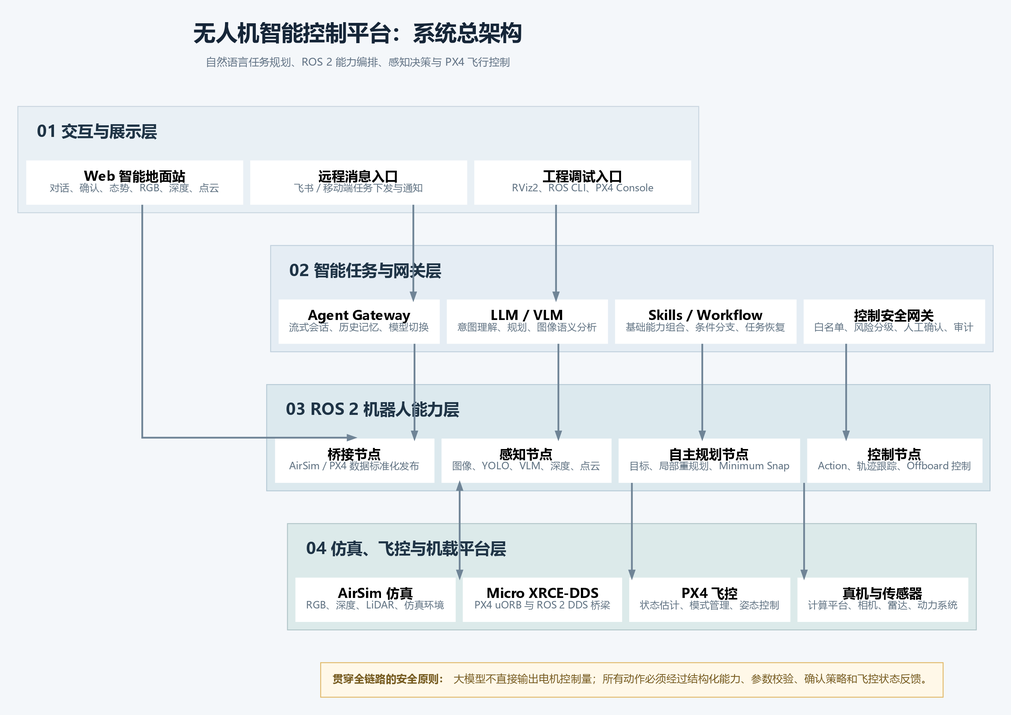
Waves-Lee-X/airsim_llm_ground keeps this Graphviz diagram as doc/架构图/01-系统总架构.png. Above is the earlier version. Its source is kept beside it as doc/架构图/01-系统总架构.dot.
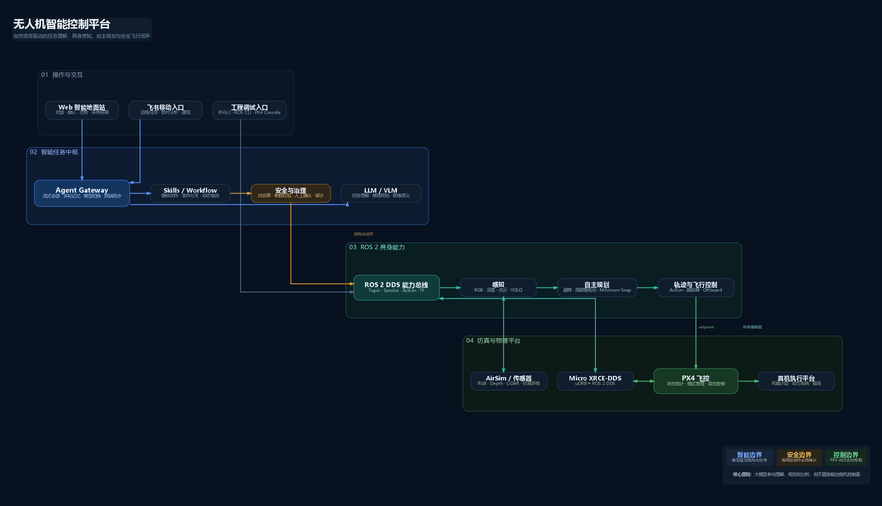
The same file after the commit.

Change to the diagram source:
```diff
@@ -1,86 +1,125 @@
 digraph SystemArchitecture {
   graph [
     rankdir=TB,
-    bgcolor="#F4F7FA",
-    pad="0.28",
-    nodesep="0.35",
-    ranksep="0.52",
+    bgcolor="#08111F",
+    pad="0.38",
+    nodesep="0.34",
+    ranksep="0.78",
     splines=ortho,
-    fontname="Microsoft YaHei"
+    fontname="Microsoft YaHei",
+    size="13.333,7.5!",
+    ratio="fill",
+    dpi=180
   ];
-  node [fontname="Microsoft YaHei"];
-  edge [color="#6F8496", penwidth=2.0, arrowsize=0.8];
+  node [
+    shape=rect,
+    style="rounded,filled",
+    fontname="Microsoft YaHei",
+    fontcolor="#EAF2FF",
+    color="#263B55",
+    fillcolor="#101D2D",
+    penwidth=1.2,
+    margin="0.18,0.12"
+  ];
+  edge [fontname="Microsoft YaHei", color="#4F6A86", penwidth=2.0, arrowsize=0.75];
 
-  title [shape=plain, label=<
-    <TABLE BORDER="0" CELLBORDER="0" CELLPADDING="4">
-      <TR><TD><FONT POINT-SIZE="25" COLOR="#162638"><B>无人机智能控制平台：系统总架构</B></FONT></TD></TR>
-      <TR><TD><FONT POINT-SIZE="12" COLOR="#637486">自然语言任务规划、ROS 2 能力编排、感知决策与 PX4 飞行控制</FONT></TD></TR>
-    </TABLE>
-  >];
+  title [shape=plain, label=<<TABLE BORDER="0" CELLBORDER="0" CELLPADDING="2">
+    <TR><TD ALIGN="LEFT"><FONT POINT-SIZE="25" COLOR="#F4F8FF"><B>无人机智能控制平台</B></FONT></TD></TR>
+    <TR><TD ALIGN="LEFT"><FONT POINT-SIZE="11" COLOR="#7F93AD">自然语言驱动的任务理解、具身感知、自主规划与安全飞行闭环</FONT></TD></TR>
+  </TABLE>>];
 
-  interaction [shape=plain, label=<
-    <TABLE BORDER="1" COLOR="#C8D5DF" CELLBORDER="0" CELLSPACING="8" CELLPADDING="12" BGCOLOR="#E9F0F5">
-      <TR><TD COLSPAN="3" ALIGN="LEFT"><FONT POINT-SIZE="18" COLOR="#1F3446"><B>01 交互与展示层</B></FONT></TD></TR>
-      <TR>
-        <TD PORT="web" WIDTH="245" BGCOLOR="#FFFFFF"><FONT POINT-SIZE="15"><B>Web 智能地面站</B></FONT><BR/><FONT POINT-SIZE="11" COLOR="#617383">对话、确认、态势、RGB、深度、点云</FONT></TD>
-        <TD PORT="remote" WIDTH="245" BGCOLOR="#FFFFFF"><FONT POINT-SIZE="15"><B>远程消息入口</B></FONT><BR/><FONT POINT-SIZE="11" COLOR="#617383">飞书 / 移动端任务下发与通知</FONT></TD>
-        <TD PORT="engineering" WIDTH="245" BGCOLOR="#FFFFFF"><FONT POINT-SIZE="15"><B>工程调试入口</B></FONT><BR/><FONT POINT-SIZE="11" COLOR="#617383">RViz2、ROS CLI、PX4 Console</FONT></TD>
-      </TR>
-    </TABLE>
-  >];
+  subgraph cluster_access {
+    label="01  操作与交互";
+    labelloc=t;
+    labeljust=l;
+    fontsize=14;
+    fontcolor="#8FA6C1";
+    color="#1A2A3E";
+    fillcolor="#0B1625";
+    style="rounded,filled";
+    margin=18;
+    web [label=<<B>Web 智能地面站</B><BR/><FONT POINT-SIZE="10" COLOR="#8FA6C1">对话 · 确认 · 态势 · 多传感器</FONT>>, width=2.35];
+    feishu [label=<<B>飞书移动入口</B><BR/><FONT POINT-SIZE="10" COLOR="#8FA6C1">远程任务 · 图片分析 · 通知</FONT>>, width=2.35];
+    tools [label=<<B>工程调试入口</B><BR/><FONT POINT-SIZE="10" COLOR="#8FA6C1">RViz2 · ROS CLI · PX4 Console</FONT>>, width=2.35];
+    {rank=same; web; feishu; tools;}
+  }
 
-  intelligence [shape=plain, label=<
-    <TABLE BORDER="1" COLOR="#BFCFDC" CELLBORDER="0" CELLSPACING="8" CELLPADDING="12" BGCOLOR="#E5EDF4">
-      <TR><TD COLSPAN="4" ALIGN="LEFT"><FONT POINT-SIZE="18" COLOR="#1F3446"><B>02 智能任务与网关层</B></FONT></TD></TR>
-      <TR>
-        <TD PORT="gateway" WIDTH="180" BGCOLOR="#FFFFFF"><FONT POINT-SIZE="15"><B>Agent Gateway</B></FONT><BR/><FONT POINT-SIZE="11" COLOR="#617383">流式会话、历史记忆、模型切换</FONT></TD>
-        <TD PORT="models" WIDTH="180" BGCOLOR="#FFFFFF"><FONT POINT-SIZE="15"><B>LLM / VLM</B></FONT><BR/><FONT POINT-SIZE="11" COLOR="#617383">意图理解、规划、图像语义分析</FONT></TD>
-        <TD PORT="skills" WIDTH="180" BGCOLOR="#FFFFFF"><FONT POINT-SIZE="15"><B>Skills / Workflow</B></FONT><BR/><FONT POINT-SIZE="11" COLOR="#617383">基础能力组合、条件分支、任务恢复</FONT></TD>
-        <TD PORT="safety" WIDTH="180" BGCOLOR="#FFFFFF"><FONT POINT-SIZE="15"><B>控制安全网关</B></FONT><BR/><FONT POINT-SIZE="11" COLOR="#617383">白名单、风险分级、人工确认、审计</FONT></TD>
-      </TR>
-    </TABLE>
-  >];
+  subgraph cluster_brain {
+    label="02  智能任务中枢";
+    labelloc=t;
+    labeljust=l;
+    fontsize=14;
+    fontcolor="#9DBBFF";
+    color="#284D8A";
+    fillcolor="#0D1B31";
+    style="rounded,filled";
+    penwidth=1.5;
+    margin=18;
+    gateway [label=<<FONT POINT-SIZE="16"><B>Agent Gateway</B></FONT><BR/><FONT POINT-SIZE="10" COLOR="#AFC5E8">流式会话 · 多轮记忆 · 模型切换 · 跨端同步</FONT>>, fillcolor="#153561", color="#3C77D8", width=3.05, height=0.85];
+    models [label=<<B>LLM / VLM</B><BR/><FONT POINT-SIZE="10" COLOR="#92A8C4">任务理解 · 推理规划 · 图像语义</FONT>>, width=2.55];
+    skills [label=<<B>Skills / Workflow</B><BR/><FONT POINT-SIZE="10" COLOR="#92A8C4">基础动作 · 条件分支 · 动态组合</FONT>>, width=2.55];
+    safety [label=<<B>安全与治理</B><BR/><FONT POINT-SIZE="10" COLOR="#D8BA78">白名单 · 参数校验 · 人工确认 · 审计</FONT>>, fillcolor="#302719", color="#8C6A2F", width=2.55];
+    {rank=same; gateway; models; skills; safety;}
+    gateway -> models [color="#598EF0"];
+    gateway -> skills [color="#598EF0"];
+    skills -> safety [color="#D29A3A"];
+  }
 
-  ros [shape=plain, label=<
-    <TABLE BORDER="1" COLOR="#B5C9D5" CELLBORDER="0" CELLSPACING="8" CELLPADDING="12" BGCOLOR="#DCE9EE">
-      <TR><TD COLSPAN="4" ALIGN="LEFT"><FONT POINT-SIZE="18" COLOR="#1F3446"><B>03 ROS 2 机器人能力层</B></FONT></TD></TR>
-      <TR>
-        <TD PORT="bridge" WIDTH="180" BGCOLOR="#FFFFFF"><FONT POINT-SIZE="15"><B>桥接节点</B></FONT><BR/><FONT POINT-SIZE="11" COLOR="#617383">AirSim / PX4 数据标准化发布</FONT></TD>
-        <TD PORT="perception" WIDTH="180" BGCOLOR="#FFFFFF"><FONT POINT-SIZE="15"><B>感知节点</B></FONT><BR/><FONT POINT-SIZE="11" COLOR="#617383">图像、YOLO、VLM、深度、点云</FONT></TD>
-        <TD PORT="autonomy" WIDTH="180" BGCOLOR="#FFFFFF"><FONT POINT-SIZE="15"><B>自主规划节点</B></FONT><BR/><FONT POINT-SIZE="11" COLOR="#617383">目标、局部重规划、Minimum Snap</FONT></TD>
-        <TD PORT="control" WIDTH="180" BGCOLOR="#FFFFFF"><FONT POINT-SIZE="15"><B>控制节点</B></FONT><BR/><FONT POINT-SIZE="11" COLOR="#617383">Action、轨迹跟踪、Offboard 控制</FONT></TD>
-      </TR>
-    </TABLE>
-  >];
+  subgraph cluster_robot {
+    label="03  ROS 2 具身能力";
+    labelloc=t;
+    labeljust=l;
+    fontsize=14;
+    fontcolor="#7FE1D1";
+    color="#1F675F";
+    fillcolor="#0A1D21";
+    style="rounded,filled";
+    margin=18;
+    bus [label=<<FONT POINT-SIZE="15"><B>ROS 2 DDS 能力总线</B></FONT><BR/><FONT POINT-SIZE="10" COLOR="#8FC8C1">Topic · Service · Action · TF</FONT>>, fillcolor="#113B3B", color="#2B9486", width=2.75, height=0.8];
+    perception [label=<<B>感知</B><BR/><FONT POINT-SIZE="10" COLOR="#8FB7B4">RGB · 深度 · 点云 · YOLO</FONT>>, width=2.45];
+    autonomy [label=<<B>自主规划</B><BR/><FONT POINT-SIZE="10" COLOR="#8FB7B4">避障 · 局部重规划 · Minimum Snap</FONT>>, width=2.45];
+    control [label=<<B>轨迹与飞行控制</B><BR/><FONT POINT-SIZE="10" COLOR="#8FB7B4">Action · 跟踪器 · Offboard</FONT>>, width=2.45];
+    {rank=same; bus; perception; autonomy; control;}
+    bus -> perception [color="#35B9A8"];
+    perception -> autonomy [color="#35B9A8"];
+    autonomy -> control [color="#35B9A8"];
+  }
 
-  platform [shape=plain, label=<
-    <TABLE BORDER="1" COLOR="#AFC4C7" CELLBORDER="0" CELLSPACING="8" CELLPADDING="12" BGCOLOR="#DCEAEA">
-      <TR><TD COLSPAN="4" ALIGN="LEFT"><FONT POINT-SIZE="18" COLOR="#1F3446"><B>04 仿真、飞控与机载平台层</B></FONT></TD></TR>
-      <TR>
-        <TD PORT="airsim" WIDTH="180" BGCOLOR="#FFFFFF"><FONT POINT-SIZE="15"><B>AirSim 仿真</B></FONT><BR/><FONT POINT-SIZE="11" COLOR="#617383">RGB、深度、LiDAR、仿真环境</FONT></TD>
-        <TD PORT="xrce" WIDTH="180" BGCOLOR="#FFFFFF"><FONT POINT-SIZE="15"><B>Micro XRCE-DDS</B></FONT><BR/><FONT POINT-SIZE="11" COLOR="#617383">PX4 uORB 与 ROS 2 DDS 桥梁</FONT></TD>
-        <TD PORT="px4" WIDTH="180" BGCOLOR="#FFFFFF"><FONT POINT-SIZE="15"><B>PX4 飞控</B></FONT><BR/><FONT POINT-SIZE="11" COLOR="#617383">状态估计、模式管理、姿态控制</FONT></TD>
-        <TD PORT="hardware" WIDTH="180" BGCOLOR="#FFFFFF"><FONT POINT-SIZE="15"><B>真机与传感器</B></FONT><BR/><FONT POINT-SIZE="11" COLOR="#617383">计算平台、相机、雷达、动力系统</FONT></TD>
-      </TR>
-    </TABLE>
-  >];
+  subgraph cluster_vehicle {
+    label="04  仿真与物理平台";
+    labelloc=t;
+    labeljust=l;
+    fontsize=14;
+    fontcolor="#9DD8B0";
+    color="#275C3D";
+    fillcolor="#0C1B18";
+    style="rounded,filled";
+    margin=18;
+    px4 [label=<<FONT POINT-SIZE="15"><B>PX4 飞控</B></FONT><BR/><FONT POINT-SIZE="10" COLOR="#A6C8AF">状态估计 · 模式管理 · 姿态控制</FONT>>, fillcolor="#173823", color="#398452", width=2.7, height=0.8];
+    xrce [label=<<B>Micro XRCE-DDS</B><BR/><FONT POINT-SIZE="10" COLOR="#91AF99">uORB ↔ ROS 2 DDS</FONT>>, width=2.45];
+    airsim [label=<<B>AirSim / 传感器</B><BR/><FONT POINT-SIZE="10" COLOR="#91AF99">RGB · Depth · LiDAR · 仿真环境</FONT>>, width=2.45];
+    vehicle [label=<<B>真机执行平台</B><BR/><FONT POINT-SIZE="10" COLOR="#91AF99">机载计算 · 动力系统 · 载荷</FONT>>, width=2.45];
+    {rank=same; airsim; xrce; px4; vehicle;}
+    xrce -> px4 [dir=both, color="#50B56C"];
+    px4 -> vehicle [color="#50B56C"];
+  }
 
-  guard [shape=plain, label=<
-    <TABLE BORDER="1" COLOR="#E0B765" CELLBORDER="0" CELLPADDING="10" BGCOLOR="#FFF8E8">
-      <TR><TD><FONT POINT-SIZE="12" COLOR="#765B20"><B>贯穿全链路的安全原则：</B> 大模型不直接输出电机控制量；所有动作必须经过结构化能力、参数校验、确认策略和飞控状态反馈。</FONT></TD></TR>
-    </TABLE>
-  >];
+  principle [shape=plain, label=<<TABLE BORDER="0" CELLBORDER="0" CELLSPACING="8" CELLPADDING="8" BGCOLOR="#111C2A">
+    <TR>
+      <TD BGCOLOR="#172538"><FONT COLOR="#7DAAFF"><B>智能边界</B></FONT><BR/><FONT POINT-SIZE="9" COLOR="#A8B8CB">模型输出结构化任务</FONT></TD>
+      <TD BGCOLOR="#2B2418"><FONT COLOR="#E6B95F"><B>安全边界</B></FONT><BR/><FONT POINT-SIZE="9" COLOR="#CFC1A3">高风险动作必须确认</FONT></TD>
+      <TD BGCOLOR="#14291F"><FONT COLOR="#70D496"><B>控制边界</B></FONT><BR/><FONT POINT-SIZE="9" COLOR="#A9C7B4">PX4 执行实时控制</FONT></TD>
+    </TR>
+    <TR><TD COLSPAN="3"><FONT POINT-SIZE="10" COLOR="#A8B8CB"><B>核心原则：</B>大模型参与理解、规划和分析，但不直接输出电机控制量</FONT></TD></TR>
+  </TABLE>>];
 
-  title -> interaction [style=invis, weight=10];
-  interaction:web:s -> intelligence:gateway:n;
-  interaction:remote:s -> intelligence:gateway:n;
-  interaction:engineering:s -> ros:bridge:n;
-  intelligence:gateway:s -> ros:bridge:n;
-  intelligence:models:s -> ros:perception:n;
-  intelligence:skills:s -> ros:autonomy:n;
-  intelligence:safety:s -> ros:control:n;
-  ros:bridge:s -> platform:xrce:n [dir=both];
-  ros:autonomy:s -> platform:px4:n;
-  ros:control:s -> platform:px4:n;
-  platform -> guard [style=invis, weight=10];
+  title -> web [style=invis];
+  web -> gateway [color="#598EF0"];
+  feishu -> gateway [color="#598EF0"];
+  tools -> bus [color="#506983"];
+  safety -> bus [color="#D29A3A", label="  结构化动作", fontcolor="#B89A61", fontsize=9];
+  control -> px4 [color="#50B56C", label="  setpoint", fontcolor="#79B88C", fontsize=9];
+  airsim -> perception [dir=both, color="#35B9A8", label="  传感器数据", fontcolor="#70BDB4", fontsize=9, constraint=false];
+  xrce -> bus [dir=both, color="#35B9A8", constraint=false];
+  vehicle -> principle [style=invis];
 }
```
